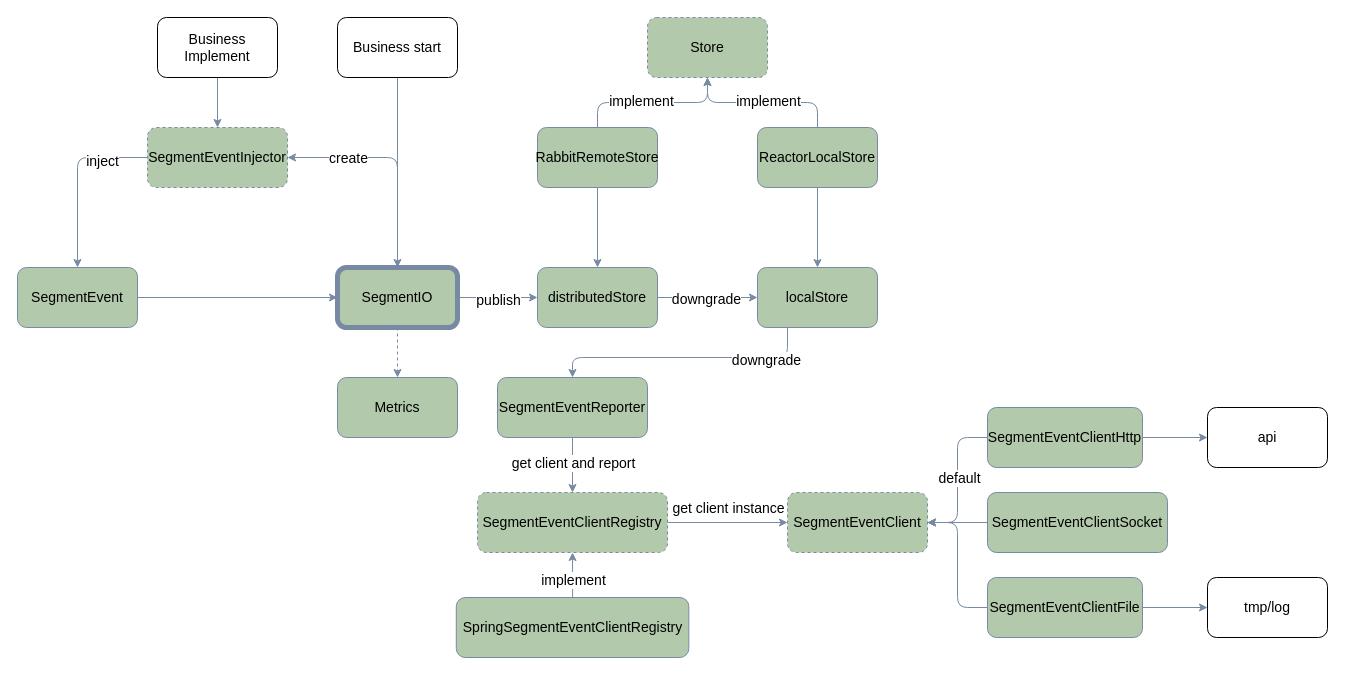
Above: assets/SegmentEvent-V2.drawio in sheldon-pacvue/segmenet-event (draw.io), before the change. Source tidied: cells renumbered, new cells numbered last; positions are measured from the earlier drawing's top-left corner, leaving out a move shared by most shapes. Both pictures are drawn from the tidied source at 100%, with x=0, y=0 at pixel (17, 17).
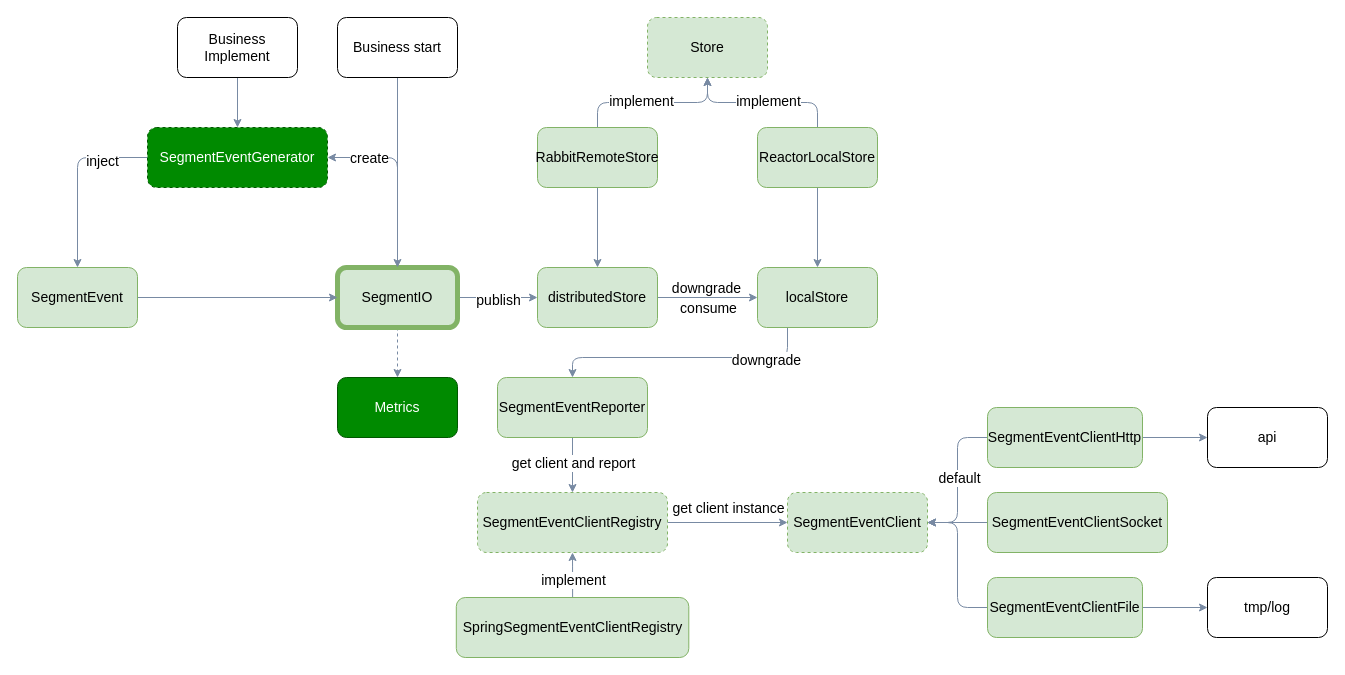
The same diagram, later.

The change refers to these unchanged cells:
```xml
<mxCell id="2" style="edgeStyle=orthogonalEdgeStyle;rounded=1;jettySize=auto;html=1;exitX=0.5;exitY=0;exitDx=0;exitDy=0;entryX=1;entryY=0.5;entryDx=0;entryDy=0;strokeColor=#788AA3;fontColor=#000000;fillColor=#B2C9AB;labelBackgroundColor=none;fontSize=14;" parent="1" edge="1" source="7" target="12">
  <mxGeometry relative="1" as="geometry" />
</mxCell>
<mxCell id="17" style="edgeStyle=orthogonalEdgeStyle;rounded=1;jettySize=auto;html=1;exitX=1;exitY=0.5;exitDx=0;exitDy=0;strokeColor=#788AA3;fontColor=#000000;fillColor=#B2C9AB;entryX=0;entryY=0.5;entryDx=0;entryDy=0;labelBackgroundColor=none;fontSize=14;" parent="1" edge="1" source="23" target="26">
  <mxGeometry relative="1" as="geometry" />
</mxCell>
```

The edit, as a diff of the source:
```diff
@@
     <mxCell id="3" value="create" style="edgeLabel;html=1;align=center;verticalAlign=middle;fontSize=14;" parent="2" vertex="1">
       <mxGeometry x="0.38" y="-1" relative="1" as="geometry">
-        <mxPoint x="-8" y="1" as="offset" />
+        <mxPoint x="-15" y="1" as="offset" />
       </mxGeometry>
     </mxCell>
@@
-    <mxCell id="7" value="SegmentIO" style="rounded=1;whiteSpace=wrap;html=1;labelBackgroundColor=none;strokeWidth=5;fillColor=#B2C9AB;strokeColor=#788AA3;fontColor=#000000;fontSize=14;" parent="1" vertex="1">
+    <mxCell id="7" value="SegmentIO" style="rounded=1;whiteSpace=wrap;html=1;labelBackgroundColor=none;strokeWidth=5;fillColor=#d5e8d4;strokeColor=#82b366;fontSize=14;" parent="1" vertex="1">
       <mxGeometry x="320" y="250" width="120" height="60" as="geometry" />
     </mxCell>
@@
-    <mxCell id="9" value="SegmentEvent" style="rounded=1;whiteSpace=wrap;html=1;strokeColor=#788AA3;fontColor=#000000;fillColor=#B2C9AB;labelBackgroundColor=none;fontSize=14;" parent="1" vertex="1">
+    <mxCell id="9" value="SegmentEvent" style="rounded=1;whiteSpace=wrap;html=1;strokeColor=#82b366;fillColor=#d5e8d4;labelBackgroundColor=none;fontSize=14;" parent="1" vertex="1">
       <mxGeometry y="250" width="120" height="60" as="geometry" />
     </mxCell>
@@
-    <mxCell id="12" value="SegmentEventInjector" style="rounded=1;whiteSpace=wrap;html=1;strokeColor=#788AA3;fontColor=#000000;fillColor=#B2C9AB;dashed=1;labelBackgroundColor=none;fontSize=14;" parent="1" vertex="1">
-      <mxGeometry x="130" y="110" width="140" height="60" as="geometry" />
+    <mxCell id="12" value="SegmentEventGenerator" style="rounded=1;whiteSpace=wrap;html=1;strokeColor=#005700;fillColor=#008a00;dashed=1;labelBackgroundColor=none;fontSize=14;fontColor=#ffffff;" parent="1" vertex="1">
+      <mxGeometry x="130" y="110" width="180" height="60" as="geometry" />
     </mxCell>
@@
     <mxCell id="14" value="Business Implement" style="rounded=1;whiteSpace=wrap;html=1;labelBackgroundColor=none;fontSize=14;" parent="1" vertex="1">
-      <mxGeometry x="140" width="120" height="60" as="geometry" />
+      <mxGeometry x="160" width="120" height="60" as="geometry" />
     </mxCell>
@@
     <mxCell id="18" value="downgrade" style="edgeLabel;html=1;align=center;verticalAlign=middle;fontSize=14;" parent="17" vertex="1">
-      <mxGeometry x="-0.05" y="-1" relative="1" as="geometry" />
+      <mxGeometry x="-0.05" y="-1" relative="1" as="geometry">
+        <mxPoint y="-11" as="offset" />
+      </mxGeometry>
     </mxCell>
+    <mxCell id="54" value="consume" style="edgeLabel;html=1;align=center;verticalAlign=middle;fontSize=14;" parent="17" vertex="1">
+      <mxGeometry x="0.01" y="-5" relative="1" as="geometry">
+        <mxPoint x="-1" y="5" as="offset" />
+      </mxGeometry>
+    </mxCell>
-    <mxCell id="19" value="Store" style="rounded=1;whiteSpace=wrap;html=1;strokeColor=#788AA3;fontColor=#000000;fillColor=#B2C9AB;dashed=1;labelBackgroundColor=none;fontSize=14;" parent="1" vertex="1">
+    <mxCell id="19" value="Store" style="rounded=1;whiteSpace=wrap;html=1;strokeColor=#82b366;fillColor=#d5e8d4;dashed=1;labelBackgroundColor=none;fontSize=14;" parent="1" vertex="1">
       <mxGeometry x="630" width="120" height="60" as="geometry" />
     </mxCell>
@@
-    <mxCell id="22" value="SegmentEventReporter" style="rounded=1;whiteSpace=wrap;html=1;strokeColor=#788AA3;fontColor=#000000;fillColor=#B2C9AB;labelBackgroundColor=none;fontSize=14;" parent="1" vertex="1">
+    <mxCell id="22" value="SegmentEventReporter" style="rounded=1;whiteSpace=wrap;html=1;strokeColor=#82b366;fillColor=#d5e8d4;labelBackgroundColor=none;fontSize=14;" parent="1" vertex="1">
       <mxGeometry x="480" y="360" width="150" height="60" as="geometry" />
     </mxCell>
-    <mxCell id="23" value="distributedStore" style="rounded=1;whiteSpace=wrap;html=1;strokeColor=#788AA3;fontColor=#000000;fillColor=#B2C9AB;labelBackgroundColor=none;fontSize=14;" parent="1" vertex="1">
+    <mxCell id="23" value="distributedStore" style="rounded=1;whiteSpace=wrap;html=1;strokeColor=#82b366;fillColor=#d5e8d4;labelBackgroundColor=none;fontSize=14;" parent="1" vertex="1">
       <mxGeometry x="520" y="250" width="120" height="60" as="geometry" />
     </mxCell>
@@
-    <mxCell id="26" value="localStore" style="rounded=1;whiteSpace=wrap;html=1;strokeColor=#788AA3;fontColor=#000000;fillColor=#B2C9AB;labelBackgroundColor=none;fontSize=14;" parent="1" vertex="1">
+    <mxCell id="26" value="localStore" style="rounded=1;whiteSpace=wrap;html=1;strokeColor=#82b366;fillColor=#d5e8d4;labelBackgroundColor=none;fontSize=14;" parent="1" vertex="1">
       <mxGeometry x="740" y="250" width="120" height="60" as="geometry" />
     </mxCell>
@@
-    <mxCell id="31" value="SegmentEventClientRegistry" style="rounded=1;whiteSpace=wrap;html=1;strokeColor=#788AA3;fontColor=#000000;fillColor=#B2C9AB;dashed=1;labelBackgroundColor=none;fontSize=14;" parent="1" vertex="1">
+    <mxCell id="31" value="SegmentEventClientRegistry" style="rounded=1;whiteSpace=wrap;html=1;strokeColor=#82b366;fillColor=#d5e8d4;dashed=1;labelBackgroundColor=none;fontSize=14;" parent="1" vertex="1">
       <mxGeometry x="460" y="475" width="190" height="60" as="geometry" />
     </mxCell>
-    <mxCell id="32" value="SpringSegmentEventClientRegistry" style="rounded=1;whiteSpace=wrap;html=1;strokeColor=#788AA3;fontColor=#000000;fillColor=#B2C9AB;labelBackgroundColor=none;fontSize=14;" parent="1" vertex="1">
+    <mxCell id="32" value="SpringSegmentEventClientRegistry" style="rounded=1;whiteSpace=wrap;html=1;strokeColor=#82b366;fillColor=#d5e8d4;labelBackgroundColor=none;fontSize=14;" parent="1" vertex="1">
       <mxGeometry x="438.8" y="580" width="232.5" height="60" as="geometry" />
     </mxCell>
-    <mxCell id="33" value="SegmentEventClient" style="rounded=1;whiteSpace=wrap;html=1;strokeColor=#788AA3;fontColor=#000000;fillColor=#B2C9AB;dashed=1;labelBackgroundColor=none;fontSize=14;" parent="1" vertex="1">
+    <mxCell id="33" value="SegmentEventClient" style="rounded=1;whiteSpace=wrap;html=1;strokeColor=#82b366;fillColor=#d5e8d4;dashed=1;labelBackgroundColor=none;fontSize=14;" parent="1" vertex="1">
       <mxGeometry x="770" y="475" width="140" height="60" as="geometry" />
     </mxCell>
@@
-    <mxCell id="37" value="SegmentEventClientHttp" style="rounded=1;whiteSpace=wrap;html=1;strokeColor=#788AA3;fontColor=#000000;fillColor=#B2C9AB;labelBackgroundColor=none;fontSize=14;" parent="1" vertex="1">
+    <mxCell id="37" value="SegmentEventClientHttp" style="rounded=1;whiteSpace=wrap;html=1;strokeColor=#82b366;fillColor=#d5e8d4;labelBackgroundColor=none;fontSize=14;" parent="1" vertex="1">
       <mxGeometry x="970" y="390" width="155" height="60" as="geometry" />
     </mxCell>
-    <mxCell id="38" value="Metrics" style="rounded=1;whiteSpace=wrap;html=1;strokeColor=#788AA3;fontColor=#000000;fillColor=#B2C9AB;labelBackgroundColor=none;fontSize=14;" parent="1" vertex="1">
+    <mxCell id="38" value="Metrics" style="rounded=1;whiteSpace=wrap;html=1;strokeColor=#005700;fontColor=#ffffff;fillColor=#008a00;labelBackgroundColor=none;fontSize=14;" parent="1" vertex="1">
       <mxGeometry x="320" y="360" width="120" height="60" as="geometry" />
     </mxCell>
@@
-    <mxCell id="42" value="SegmentEventClientFile" style="rounded=1;whiteSpace=wrap;html=1;strokeColor=#788AA3;fontColor=#000000;fillColor=#B2C9AB;labelBackgroundColor=none;fontSize=14;" parent="1" vertex="1">
+    <mxCell id="42" value="SegmentEventClientFile" style="rounded=1;whiteSpace=wrap;html=1;strokeColor=#82b366;fillColor=#d5e8d4;labelBackgroundColor=none;fontSize=14;" parent="1" vertex="1">
       <mxGeometry x="970" y="560" width="155" height="60" as="geometry" />
     </mxCell>
@@
-    <mxCell id="45" value="SegmentEventClientSocket" style="rounded=1;whiteSpace=wrap;html=1;strokeColor=#788AA3;fontColor=#000000;fillColor=#B2C9AB;labelBackgroundColor=none;fontSize=14;" parent="1" vertex="1">
+    <mxCell id="45" value="SegmentEventClientSocket" style="rounded=1;whiteSpace=wrap;html=1;strokeColor=#82b366;fillColor=#d5e8d4;labelBackgroundColor=none;fontSize=14;" parent="1" vertex="1">
       <mxGeometry x="970" y="475" width="180" height="60" as="geometry" />
     </mxCell>
@@
-    <mxCell id="49" value="RabbitRemoteStore" style="rounded=1;whiteSpace=wrap;html=1;strokeColor=#788AA3;fontColor=#000000;fillColor=#B2C9AB;labelBackgroundColor=none;fontSize=14;" parent="1" vertex="1">
+    <mxCell id="49" value="RabbitRemoteStore" style="rounded=1;whiteSpace=wrap;html=1;strokeColor=#82b366;fillColor=#d5e8d4;labelBackgroundColor=none;fontSize=14;" parent="1" vertex="1">
       <mxGeometry x="520" y="110" width="120" height="60" as="geometry" />
     </mxCell>
@@
-    <mxCell id="53" value="ReactorLocalStore" style="rounded=1;whiteSpace=wrap;html=1;strokeColor=#788AA3;fontColor=#000000;fillColor=#B2C9AB;labelBackgroundColor=none;fontSize=14;" parent="1" vertex="1">
+    <mxCell id="53" value="ReactorLocalStore" style="rounded=1;whiteSpace=wrap;html=1;strokeColor=#82b366;fillColor=#d5e8d4;labelBackgroundColor=none;fontSize=14;" parent="1" vertex="1">
       <mxGeometry x="740" y="110" width="120" height="60" as="geometry" />
     </mxCell>
```
